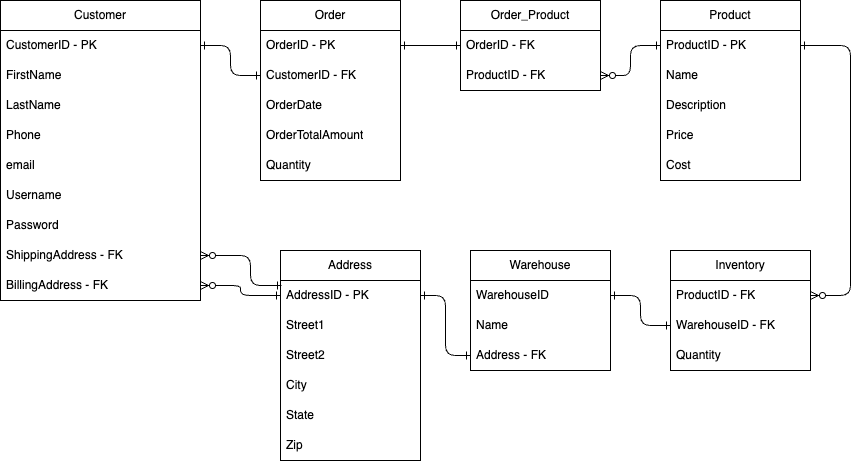
jeffozozo/IT2300 keeps this draw.io diagram as eCommerceDB.png. Above is the earlier version. Source tidied: cells renumbered, new cells last; positions are measured from the earlier drawing's top-left corner, leaving out a move shared by most shapes.
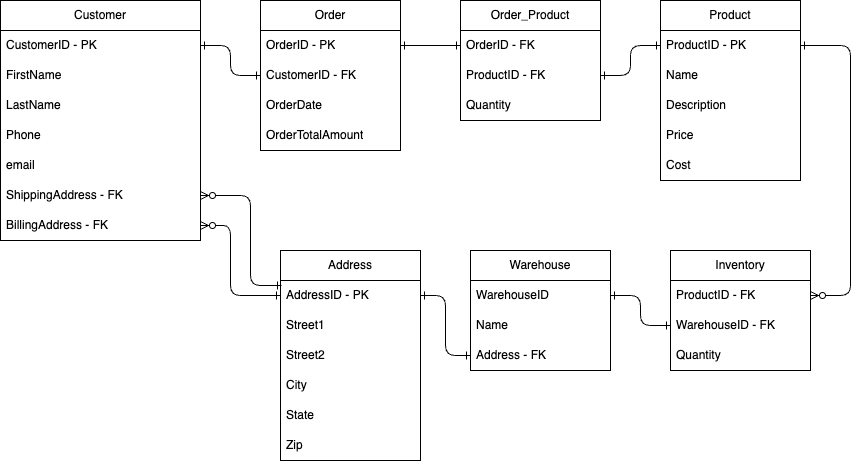
Later version of the same file.

The edit, as a diff of the source:
```diff
@@ -3,7 +3,7 @@
     <mxCell id="0" />
     <mxCell id="1" parent="0" />
     <mxCell id="2" value="Customer" style="swimlane;fontStyle=0;horizontal=1;startSize=30;whiteSpace=wrap;html=1;" parent="1" vertex="1">
-      <mxGeometry width="200" height="300" as="geometry" />
+      <mxGeometry width="200" height="240" as="geometry" />
     </mxCell>
     <mxCell id="3" value="CustomerID - PK" style="text;strokeColor=none;fillColor=none;align=left;verticalAlign=middle;spacingLeft=4;spacingRight=4;overflow=hidden;points=[[0,0.5],[1,0.5]];portConstraint=eastwest;whiteSpace=wrap;html=1;" parent="2" vertex="1">
       <mxGeometry y="30" width="200" height="30" as="geometry" />
@@ -20,20 +20,14 @@
     <mxCell id="7" value="email" style="text;strokeColor=none;fillColor=none;align=left;verticalAlign=middle;spacingLeft=4;spacingRight=4;overflow=hidden;whiteSpace=wrap;html=1;" parent="2" vertex="1">
       <mxGeometry y="150" width="200" height="30" as="geometry" />
     </mxCell>
-    <mxCell id="8" value="Username" style="text;strokeColor=none;fillColor=none;align=left;verticalAlign=middle;spacingLeft=4;spacingRight=4;overflow=hidden;whiteSpace=wrap;html=1;" parent="2" vertex="1">
-      <mxGeometry y="180" width="200" height="30" as="geometry" />
-    </mxCell>
-    <mxCell id="9" value="Password" style="text;strokeColor=none;fillColor=none;align=left;verticalAlign=middle;spacingLeft=4;spacingRight=4;overflow=hidden;whiteSpace=wrap;html=1;" parent="2" vertex="1">
-      <mxGeometry y="210" width="200" height="30" as="geometry" />
-    </mxCell>
     <mxCell id="10" value="ShippingAddress - FK" style="text;strokeColor=none;fillColor=none;align=left;verticalAlign=middle;spacingLeft=4;spacingRight=4;overflow=hidden;points=[[0,0.5],[1,0.5]];portConstraint=eastwest;whiteSpace=wrap;html=1;" parent="2" vertex="1">
-      <mxGeometry y="240" width="200" height="30" as="geometry" />
+      <mxGeometry y="180" width="200" height="30" as="geometry" />
     </mxCell>
     <mxCell id="11" value="BillingAddress - FK" style="text;strokeColor=none;fillColor=none;align=left;verticalAlign=middle;spacingLeft=4;spacingRight=4;overflow=hidden;points=[[0,0.5],[1,0.5]];portConstraint=eastwest;whiteSpace=wrap;html=1;" parent="2" vertex="1">
-      <mxGeometry y="270" width="200" height="30" as="geometry" />
+      <mxGeometry y="210" width="200" height="30" as="geometry" />
     </mxCell>
     <mxCell id="12" value="Order" style="swimlane;fontStyle=0;horizontal=1;startSize=30;whiteSpace=wrap;html=1;" parent="1" vertex="1">
-      <mxGeometry x="260" width="140" height="180" as="geometry" />
+      <mxGeometry x="260" width="140" height="150" as="geometry" />
     </mxCell>
     <mxCell id="13" value="OrderID - PK" style="text;strokeColor=none;fillColor=none;align=left;verticalAlign=middle;spacingLeft=4;spacingRight=4;overflow=hidden;points=[[0,0.5],[1,0.5]];portConstraint=eastwest;whiteSpace=wrap;html=1;" parent="12" vertex="1">
       <mxGeometry y="30" width="140" height="30" as="geometry" />
@@ -47,9 +41,6 @@
     <mxCell id="16" value="OrderTotalAmount" style="text;strokeColor=none;fillColor=none;align=left;verticalAlign=middle;spacingLeft=4;spacingRight=4;overflow=hidden;whiteSpace=wrap;html=1;" parent="12" vertex="1">
       <mxGeometry y="120" width="140" height="30" as="geometry" />
     </mxCell>
-    <mxCell id="17" value="Quantity" style="text;strokeColor=none;fillColor=none;align=left;verticalAlign=middle;spacingLeft=4;spacingRight=4;overflow=hidden;whiteSpace=wrap;html=1;" parent="12" vertex="1">
-      <mxGeometry y="150" width="140" height="30" as="geometry" />
-    </mxCell>
     <mxCell id="18" value="Product" style="swimlane;fontStyle=0;horizontal=1;startSize=30;whiteSpace=wrap;html=1;" parent="1" vertex="1">
       <mxGeometry x="660" width="140" height="180" as="geometry" />
     </mxCell>
@@ -126,7 +117,7 @@
     <mxCell id="41" style="endArrow=ERzeroToMany;html=1;rounded=1;entryX=1;entryY=0.5;entryDx=0;entryDy=0;exitX=0;exitY=0.5;exitDx=0;exitDy=0;edgeStyle=elbowEdgeStyle;curved=0;endFill=0;startArrow=ERone;startFill=0;" parent="1" edge="1" source="33" target="11">
       <mxGeometry relative="1" as="geometry">
         <Array as="points">
-          <mxPoint x="240" y="270" />
+          <mxPoint x="230" y="260" />
         </Array>
       </mxGeometry>
     </mxCell>
@@ -141,7 +132,7 @@
       <mxGeometry relative="1" as="geometry" />
     </mxCell>
     <mxCell id="44" value="Order_Product" style="swimlane;fontStyle=0;horizontal=1;startSize=30;whiteSpace=wrap;html=1;" parent="1" vertex="1">
-      <mxGeometry x="460" width="140" height="90" as="geometry" />
+      <mxGeometry x="460" width="140" height="120" as="geometry" />
     </mxCell>
     <mxCell id="45" value="OrderID - FK" style="text;strokeColor=none;fillColor=none;align=left;verticalAlign=middle;spacingLeft=4;spacingRight=4;overflow=hidden;points=[[0,0.5],[1,0.5]];portConstraint=eastwest;whiteSpace=wrap;html=1;" parent="44" vertex="1">
       <mxGeometry y="30" width="140" height="30" as="geometry" />
@@ -149,13 +140,16 @@
     <mxCell id="46" value="ProductID - FK" style="text;strokeColor=none;fillColor=none;align=left;verticalAlign=middle;spacingLeft=4;spacingRight=4;overflow=hidden;points=[[0,0.5],[1,0.5]];portConstraint=eastwest;whiteSpace=wrap;html=1;" parent="44" vertex="1">
       <mxGeometry y="60" width="140" height="30" as="geometry" />
     </mxCell>
+    <mxCell id="17" value="Quantity" style="text;strokeColor=none;fillColor=none;align=left;verticalAlign=middle;spacingLeft=4;spacingRight=4;overflow=hidden;whiteSpace=wrap;html=1;" parent="44" vertex="1">
+      <mxGeometry y="90" width="140" height="30" as="geometry" />
+    </mxCell>
     <mxCell id="47" style="endArrow=ERone;html=1;rounded=1;entryX=0;entryY=0.5;entryDx=0;entryDy=0;exitX=1;exitY=0.5;exitDx=0;exitDy=0;edgeStyle=elbowEdgeStyle;curved=0;startArrow=ERone;startFill=0;endFill=0;" parent="1" edge="1" source="29" target="26">
       <mxGeometry relative="1" as="geometry" />
     </mxCell>
     <mxCell id="48" style="endArrow=ERone;html=1;rounded=0;entryX=0;entryY=0.5;entryDx=0;entryDy=0;exitX=1;exitY=0.5;exitDx=0;exitDy=0;startArrow=ERone;startFill=0;endFill=0;" parent="1" edge="1" source="13" target="45">
       <mxGeometry relative="1" as="geometry" />
     </mxCell>
-    <mxCell id="49" style="endArrow=ERzeroToMany;html=1;rounded=1;exitX=0;exitY=0.5;exitDx=0;exitDy=0;entryX=1;entryY=0.5;entryDx=0;entryDy=0;edgeStyle=elbowEdgeStyle;curved=0;startArrow=ERone;startFill=0;endFill=0;" parent="1" edge="1" source="19" target="46">
+    <mxCell id="49" style="endArrow=ERone;html=1;rounded=1;exitX=0;exitY=0.5;exitDx=0;exitDy=0;entryX=1;entryY=0.5;entryDx=0;entryDy=0;edgeStyle=elbowEdgeStyle;curved=0;startArrow=ERone;startFill=0;endFill=0;" parent="1" edge="1" source="19" target="46">
       <mxGeometry relative="1" as="geometry" />
     </mxCell>
   </root>
```
